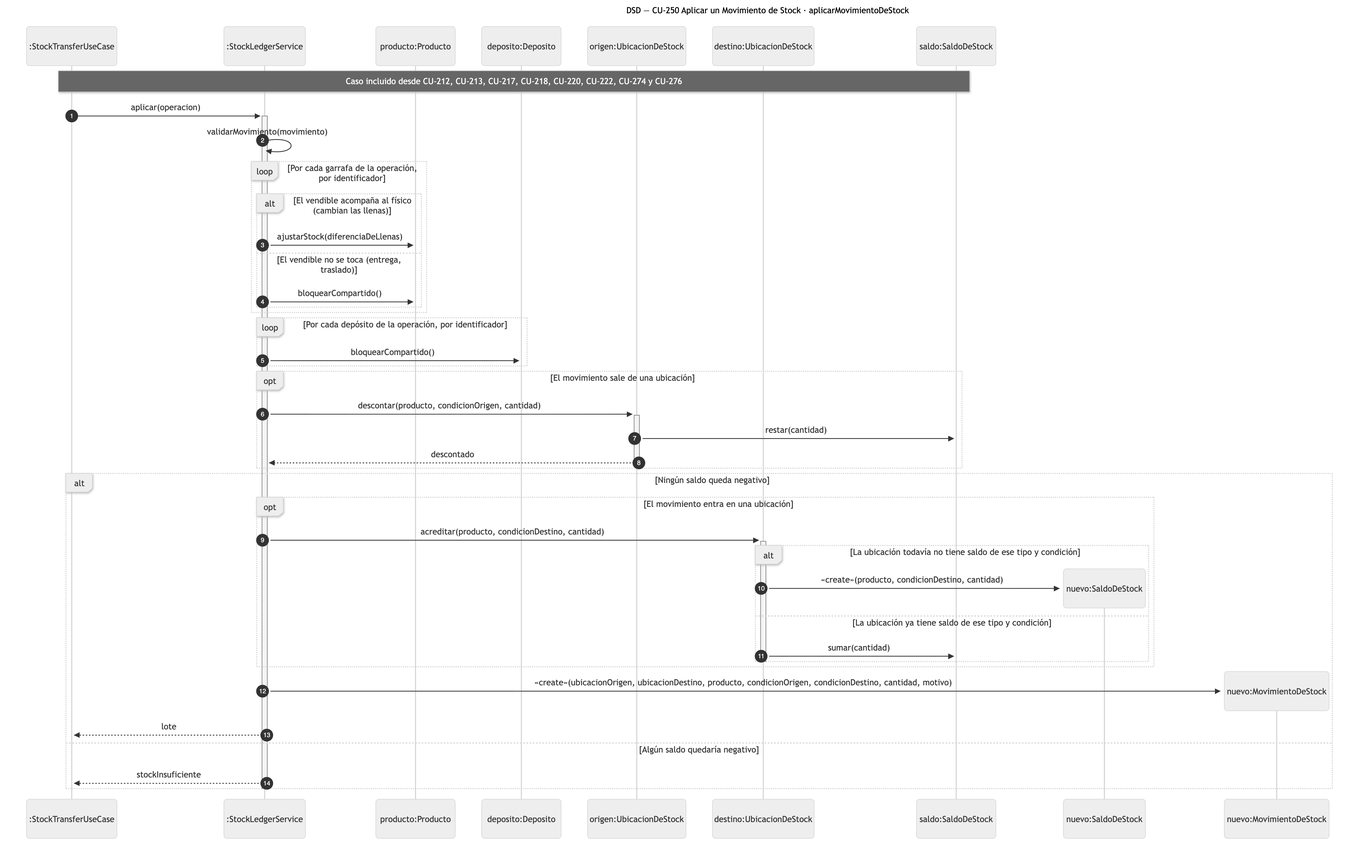
Before: diagramas/png/DSD_CU-250_aplicarMovimientoDeStock.png, a diagram exported from Mermaid (Nahuelito-Dev/splg-docs). Its source is kept beside it as diagramas/DSD_CU-250_aplicarMovimientoDeStock.mmd.
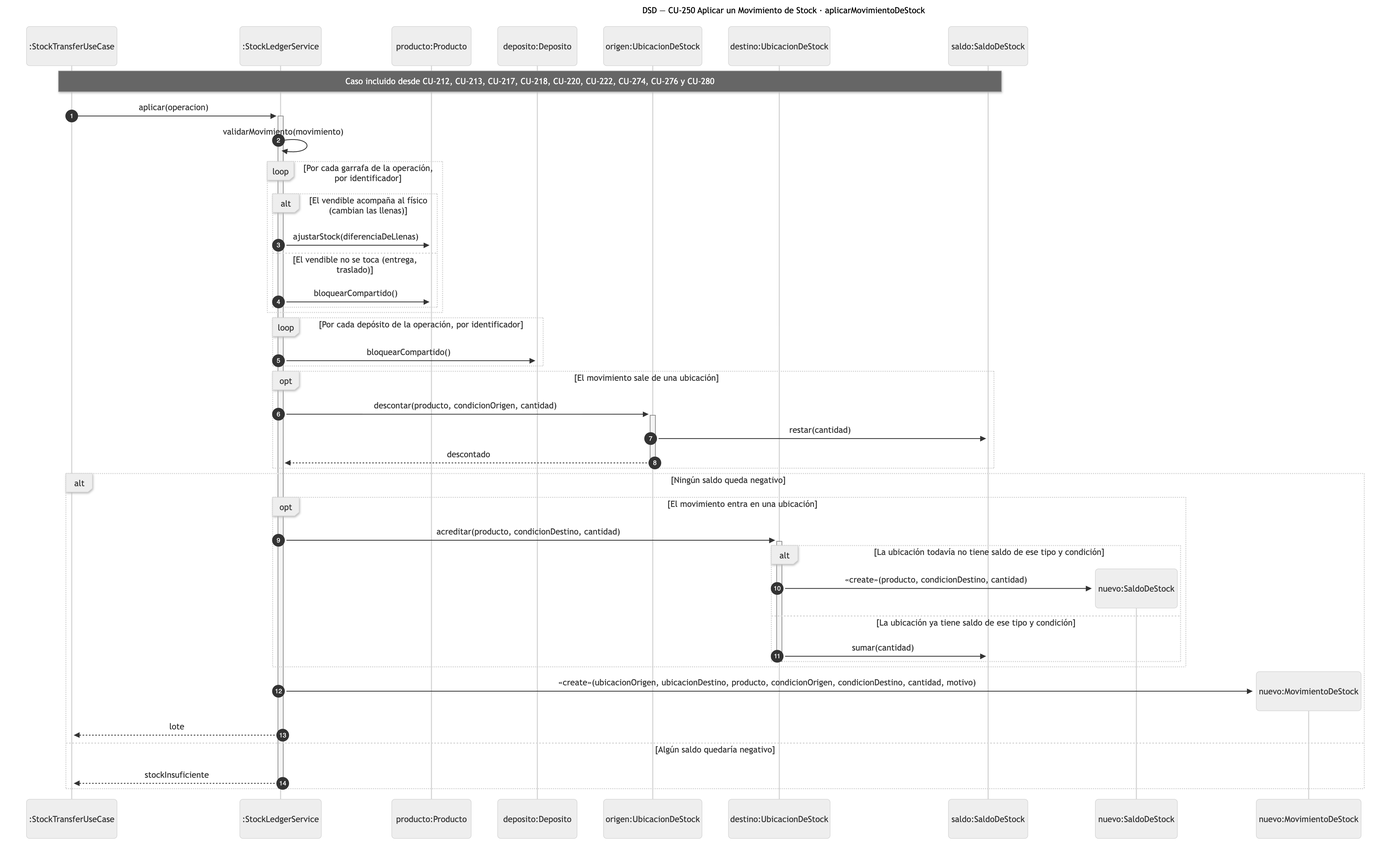
The same diagram one commit later.

What changed in the source:
```diff
@@ -9,7 +9,7 @@
     participant UBD as destino:UbicacionDeStock
     participant SAL as saldo:SaldoDeStock
 
-    Note over CTL,SAL: Caso incluido desde CU-212, CU-213, CU-217, CU-218, CU-220, CU-222, CU-274 y CU-276
+    Note over CTL,SAL: Caso incluido desde CU-212, CU-213, CU-217, CU-218, CU-220, CU-222, CU-274, CU-276 y CU-280
     CTL->>+LED: aplicar(operacion)
     LED->>LED: validarMovimiento(movimiento)
     loop Por cada garrafa de la operación, por identificador
```
